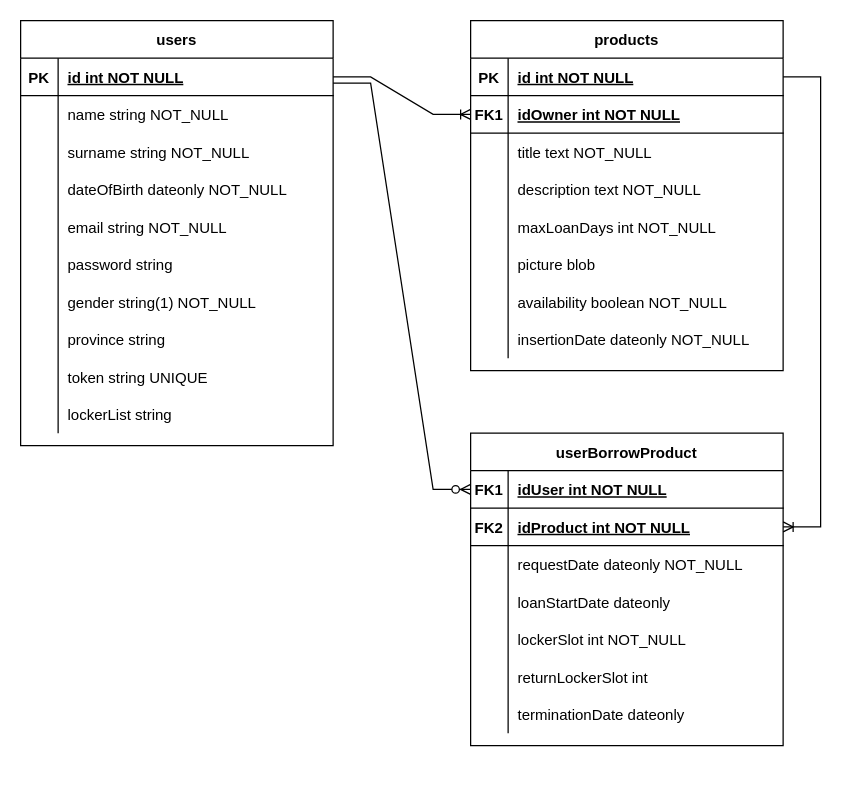
Earlier version of the draw.io diagram DB design/Relational.drawio (Bonis98/PRESTALOck). Source tidied: cells renumbered, new cells numbered last; positions are measured from the earlier drawing's top-left corner, leaving out a move shared by most shapes. Both pictures are drawn from the tidied source at 125%, with x=0, y=0 at pixel (20, 20).
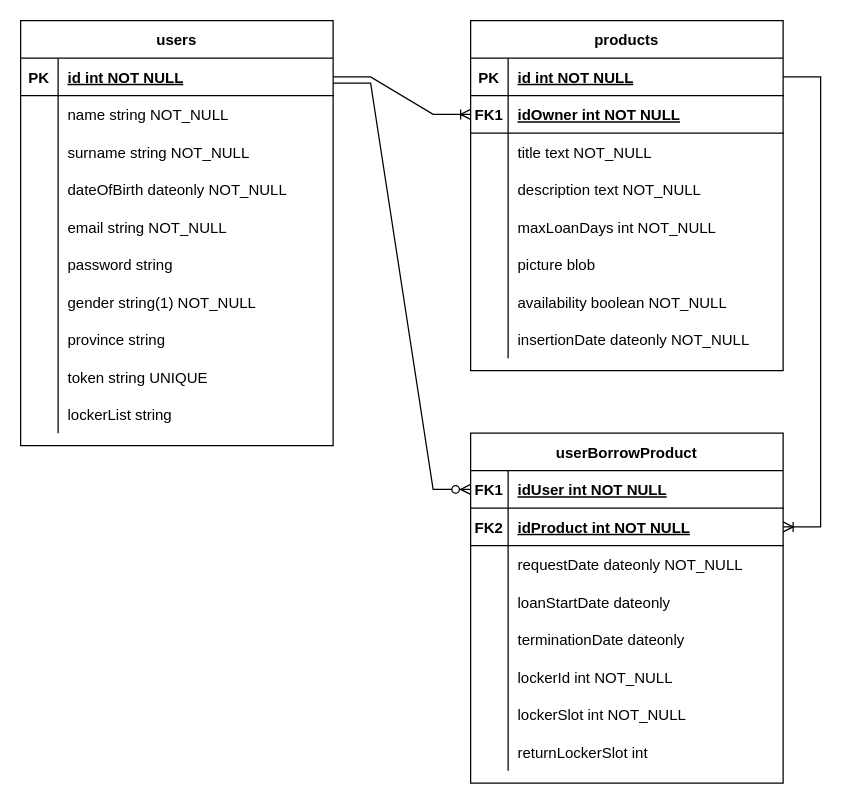
Above is the later version.

Commit message (it also covers changes not shown here):
DB: added lockerId attribute

Change to the diagram source:
```diff
@@
     <mxCell id="59" value="userBorrowProduct" style="shape=table;startSize=30;childLayout=tableLayout;rowLines=0;fontStyle=1;align=center;" parent="1" vertex="1">
-      <mxGeometry x="360" y="330" width="250" height="250" as="geometry" />
+      <mxGeometry x="360" y="330" width="250" height="280" as="geometry" />
     </mxCell>
@@
+    <mxCell id="78" style="shape=tableRow;horizontal=0;startSize=0;swimlaneHead=0;swimlaneBody=0;fillColor=none;top=0;left=0;right=0;bottom=0;" parent="59" vertex="1">
+      <mxGeometry y="150" width="250" height="30" as="geometry" />
+    </mxCell>
+    <mxCell id="79" style="shape=partialRectangle;fillColor=none;top=0;left=0;bottom=0;right=0;overflow=hidden;" parent="78" vertex="1">
+      <mxGeometry width="30" height="30" as="geometry" />
+    </mxCell>
+    <mxCell id="80" value="terminationDate dateonly" style="shape=partialRectangle;fillColor=none;top=0;left=0;bottom=0;right=0;align=left;spacingLeft=6;overflow=hidden;" parent="78" vertex="1">
+      <mxGeometry x="30" width="220" height="30" as="geometry" />
+    </mxCell>
+    <mxCell id="83" style="shape=tableRow;horizontal=0;startSize=0;swimlaneHead=0;swimlaneBody=0;fillColor=none;top=0;left=0;right=0;bottom=0;" parent="59" vertex="1">
+      <mxGeometry y="180" width="250" height="30" as="geometry" />
+    </mxCell>
+    <mxCell id="84" style="shape=partialRectangle;fillColor=none;top=0;left=0;bottom=0;right=0;overflow=hidden;" parent="83" vertex="1">
+      <mxGeometry width="30" height="30" as="geometry" />
+    </mxCell>
+    <mxCell id="85" value="lockerId int NOT_NULL" style="shape=partialRectangle;fillColor=none;top=0;left=0;bottom=0;right=0;align=left;spacingLeft=6;overflow=hidden;" parent="83" vertex="1">
+      <mxGeometry x="30" width="220" height="30" as="geometry" />
+    </mxCell>
     <mxCell id="72" style="shape=tableRow;horizontal=0;startSize=0;swimlaneHead=0;swimlaneBody=0;fillColor=none;top=0;left=0;right=0;bottom=0;" parent="59" vertex="1">
-      <mxGeometry y="150" width="250" height="30" as="geometry" />
+      <mxGeometry y="210" width="250" height="30" as="geometry" />
     </mxCell>
@@
     <mxCell id="75" style="shape=tableRow;horizontal=0;startSize=0;swimlaneHead=0;swimlaneBody=0;fillColor=none;top=0;left=0;right=0;bottom=0;" parent="59" vertex="1">
-      <mxGeometry y="180" width="250" height="30" as="geometry" />
+      <mxGeometry y="240" width="250" height="30" as="geometry" />
     </mxCell>
@@
-    <mxCell id="78" style="shape=tableRow;horizontal=0;startSize=0;swimlaneHead=0;swimlaneBody=0;fillColor=none;top=0;left=0;right=0;bottom=0;" parent="59" vertex="1">
-      <mxGeometry y="210" width="250" height="30" as="geometry" />
-    </mxCell>
-    <mxCell id="79" style="shape=partialRectangle;fillColor=none;top=0;left=0;bottom=0;right=0;overflow=hidden;" parent="78" vertex="1">
-      <mxGeometry width="30" height="30" as="geometry" />
-    </mxCell>
-    <mxCell id="80" value="terminationDate dateonly" style="shape=partialRectangle;fillColor=none;top=0;left=0;bottom=0;right=0;align=left;spacingLeft=6;overflow=hidden;" parent="78" vertex="1">
-      <mxGeometry x="30" width="220" height="30" as="geometry" />
-    </mxCell>
```
